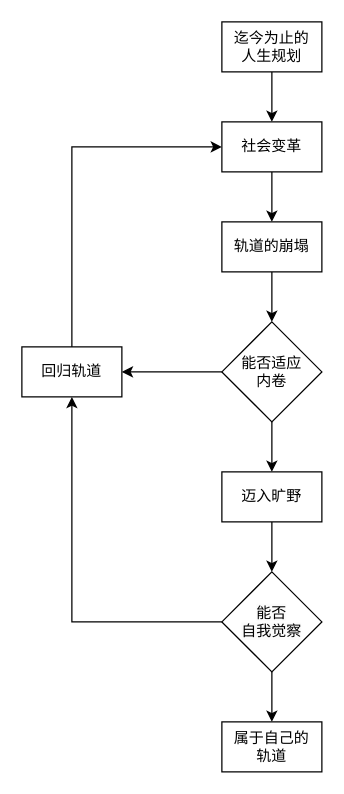
Above: page "第 3 页" (3 of 3) of 人生重启计划.drawio in youyusan/life_system (draw.io), before the change. Source tidied: cells renumbered, new cells numbered last; positions are measured from the earlier drawing's top-left corner, leaving out a move shared by most shapes. Both pictures are drawn from the tidied source at 125%, with x=0, y=0 at pixel (21, 21).
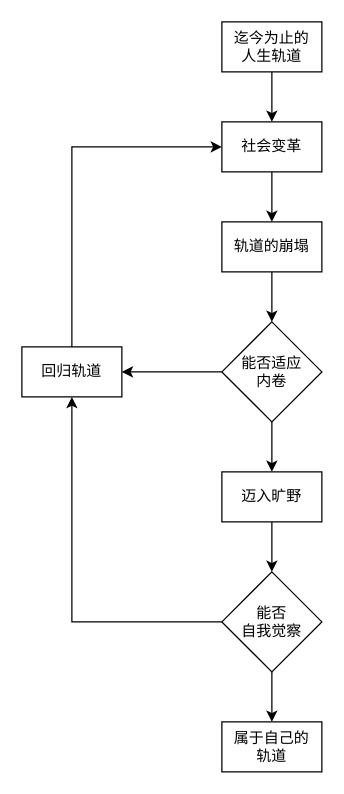
The same page after the edit.

Commit message:
更新人生重启计划.drawio

Diff of the diagram source:
```diff
@@
-    <mxCell id="8" value="迄今为止的&lt;br&gt;人生规划" style="rounded=0;whiteSpace=wrap;html=1;" parent="1" vertex="1">
+    <mxCell id="8" value="迄今为止的&lt;br&gt;人生轨道" style="rounded=0;whiteSpace=wrap;html=1;" parent="1" vertex="1">
       <mxGeometry x="160" width="80" height="40" as="geometry" />
     </mxCell>
```
